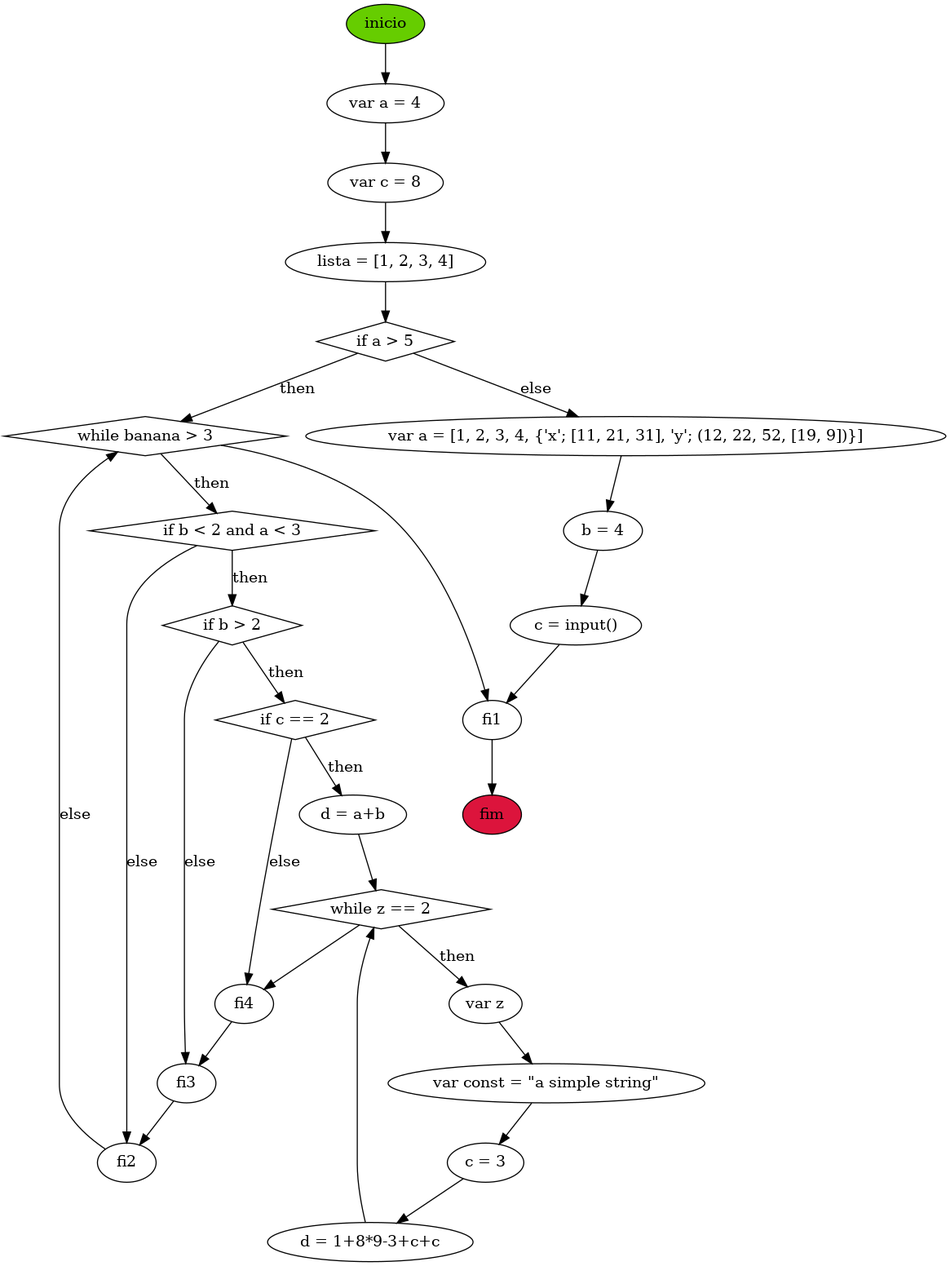
Earlier version of the Graphviz export TP3/graphs/CFG.gv.png (mishlawi/MEI-EG-TrabalhosPraticos). Its source is kept beside it as TP3/graphs/CFG.gv.
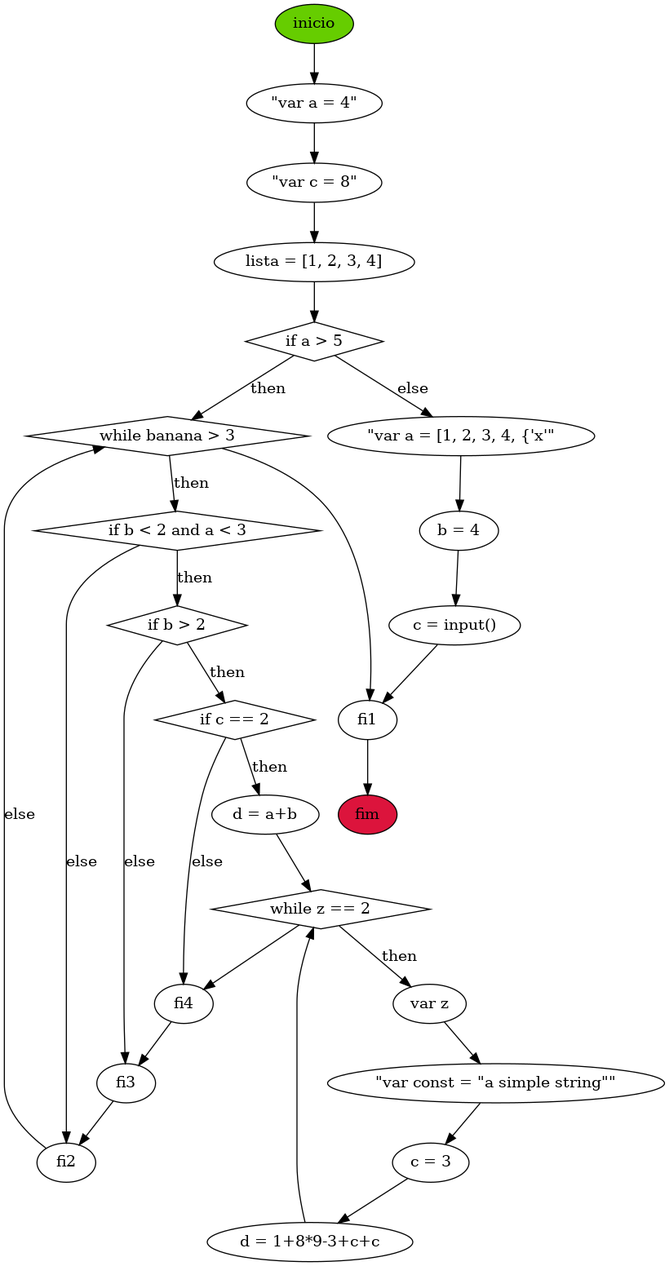
The same file after the commit.

Change to the diagram source:
```diff
@@ -1,8 +1,8 @@
 digraph CFG {
 	inicio [fillcolor=chartreuse3 style=filled]
-	inicio -> "var a = 4" [label=""]
-	"var a = 4" -> "var c = 8" [label=""]
-	"var c = 8" -> "lista = [1, 2, 3, 4]" [label=""]
+	inicio -> "\"var a = 4\"" [label=""]
+	"\"var a = 4\"" -> "\"var c = 8\"" [label=""]
+	"\"var c = 8\"" -> "lista = [1, 2, 3, 4]" [label=""]
 	"if a > 5" [shape=diamond]
 	"lista = [1, 2, 3, 4]" -> "if a > 5" [label=""]
 	"while banana > 3" [shape=diamond]
@@ -17,8 +17,8 @@
 	"while z == 2" [shape=diamond]
 	"d = a+b" -> "while z == 2" [label=""]
 	"while z == 2" -> "var z" [label=then]
-	"var z" -> "var const = \"a simple string\"" [label=""]
-	"var const = \"a simple string\"" -> "c = 3" [label=""]
+	"var z" -> "\"var const = \"a simple string\"\"" [label=""]
+	"\"var const = \"a simple string\"\"" -> "c = 3" [label=""]
 	"c = 3" -> "d = 1+8*9-3+c+c" [label=""]
 	"d = 1+8*9-3+c+c" -> "while z == 2" [label=""]
 	"while z == 2" -> fi4
@@ -29,8 +29,8 @@
 	"if b < 2 and a < 3" -> fi2 [label=else]
 	fi2 -> "while banana > 3" [label=else]
 	"while banana > 3" -> fi1
-	"if a > 5" -> "var a = [1, 2, 3, 4, {'x'; [11, 21, 31], 'y'; (12, 22, 52, [19, 9])}]" [label=else]
-	"var a = [1, 2, 3, 4, {'x'; [11, 21, 31], 'y'; (12, 22, 52, [19, 9])}]" -> "b = 4" [label=""]
+	"if a > 5" -> "\"var a = [1, 2, 3, 4, {'x'\"" [label=else]
+	"\"var a = [1, 2, 3, 4, {'x'\"" -> "b = 4" [label=""]
 	"b = 4" -> "c = input()" [label=""]
 	"c = input()" -> fi1 [label=""]
 	fim [fillcolor=crimson style=filled]
```
